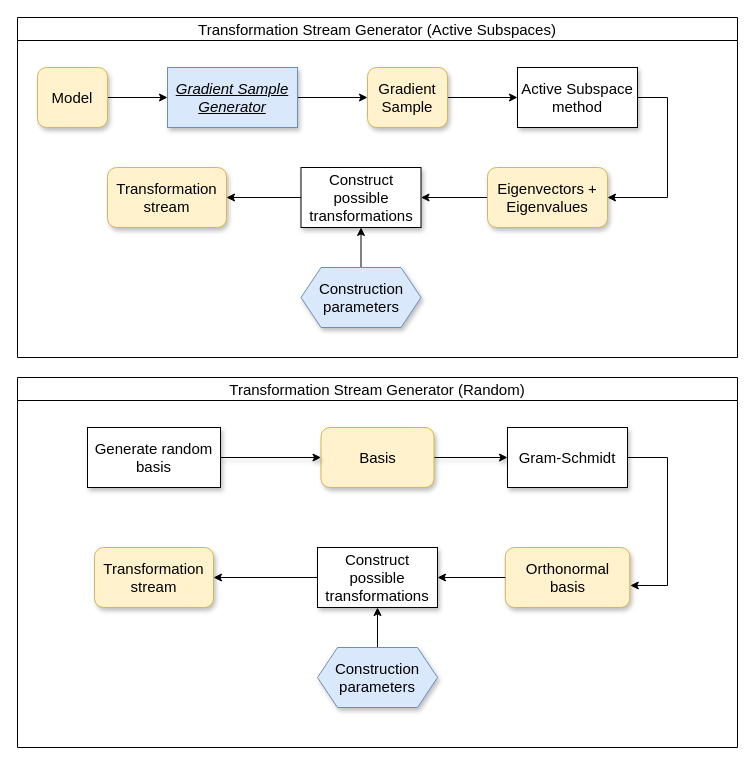
The draw.io diagram graphics/TransformationStreamGen.drawio in crschnick/Master-Thesis, before the edit. Source tidied: cells renumbered, new cells numbered last; positions are measured from the earlier drawing's top-left corner, leaving out a move shared by most shapes. Both pictures are drawn from the tidied source at 100%, with x=0, y=0 at pixel (17, 17).
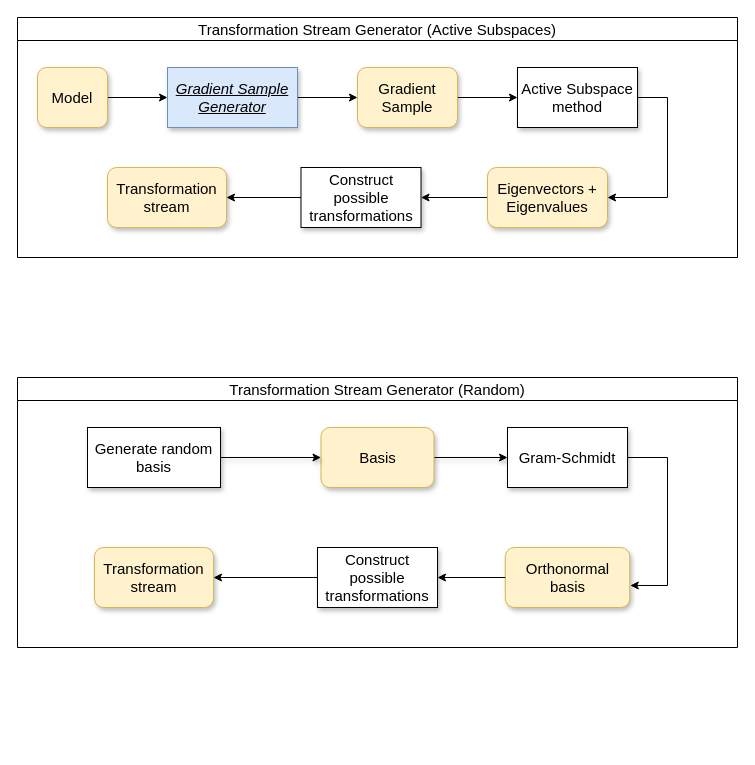
The same page after the edit.

The change refers to these unchanged cells:
```xml
<mxCell id="15" value="&lt;div style=&quot;font-size: 15px&quot;&gt;Construct possible transformations&lt;/div&gt;" style="rounded=0;whiteSpace=wrap;html=1;sketch=0;fontSize=15;shadow=1;" parent="2" vertex="1">
  <mxGeometry x="283.5" y="150" width="120" height="60" as="geometry" />
</mxCell>
<mxCell id="28" value="&lt;div style=&quot;font-size: 15px&quot;&gt;Construct possible transformations&lt;/div&gt;" style="rounded=0;whiteSpace=wrap;html=1;sketch=0;fontSize=15;shadow=1;" parent="18" vertex="1">
  <mxGeometry x="300" y="170" width="120" height="60" as="geometry" />
</mxCell>
```

Diff of the diagram source:
```diff
@@
     <mxCell id="2" value="Transformation Stream Generator (Active Subspaces)" style="swimlane;sketch=0;fontSize=15;fontStyle=0;" parent="1" vertex="1">
-      <mxGeometry width="720" height="340" as="geometry" />
+      <mxGeometry width="720" height="240" as="geometry" />
     </mxCell>
@@
     <mxCell id="12" value="&lt;font style=&quot;font-size: 15px;&quot;&gt;Gradient Sample&lt;br style=&quot;font-size: 15px;&quot;&gt;&lt;/font&gt;" style="rounded=1;whiteSpace=wrap;html=1;fontSize=15;fillColor=#fff2cc;strokeColor=#d6b656;shadow=1;" parent="2" vertex="1">
-      <mxGeometry x="350" y="50" width="80" height="60" as="geometry" />
+      <mxGeometry x="340" y="50" width="100" height="60" as="geometry" />
     </mxCell>
@@
-    <mxCell id="16" style="edgeStyle=orthogonalEdgeStyle;rounded=0;jettySize=auto;html=1;entryX=0.5;entryY=1;entryDx=0;entryDy=0;" parent="2" edge="1" source="17" target="15">
-      <mxGeometry relative="1" as="geometry" />
-    </mxCell>
-    <mxCell id="17" value="Construction parameters" style="shape=hexagon;perimeter=hexagonPerimeter2;whiteSpace=wrap;html=1;fixedSize=1;fontSize=15;fillColor=#dae8fc;strokeColor=#6c8ebf;shadow=1;" parent="2" vertex="1">
-      <mxGeometry x="283.5" y="250" width="120" height="60" as="geometry" />
-    </mxCell>
     <mxCell id="18" value="Transformation Stream Generator (Random)" style="swimlane;sketch=0;fontSize=15;fontStyle=0;" parent="1" vertex="1">
-      <mxGeometry y="360" width="720" height="370" as="geometry" />
+      <mxGeometry y="360" width="720" height="270" as="geometry" />
     </mxCell>
@@
-    <mxCell id="30" style="edgeStyle=orthogonalEdgeStyle;rounded=0;jettySize=auto;html=1;entryX=0.5;entryY=1;entryDx=0;entryDy=0;" parent="18" edge="1" source="31" target="28">
-      <mxGeometry relative="1" as="geometry" />
-    </mxCell>
-    <mxCell id="31" value="Construction parameters" style="shape=hexagon;perimeter=hexagonPerimeter2;whiteSpace=wrap;html=1;fixedSize=1;fontSize=15;fillColor=#dae8fc;strokeColor=#6c8ebf;shadow=1;" parent="18" vertex="1">
-      <mxGeometry x="300" y="270" width="120" height="60" as="geometry" />
-    </mxCell>
```
